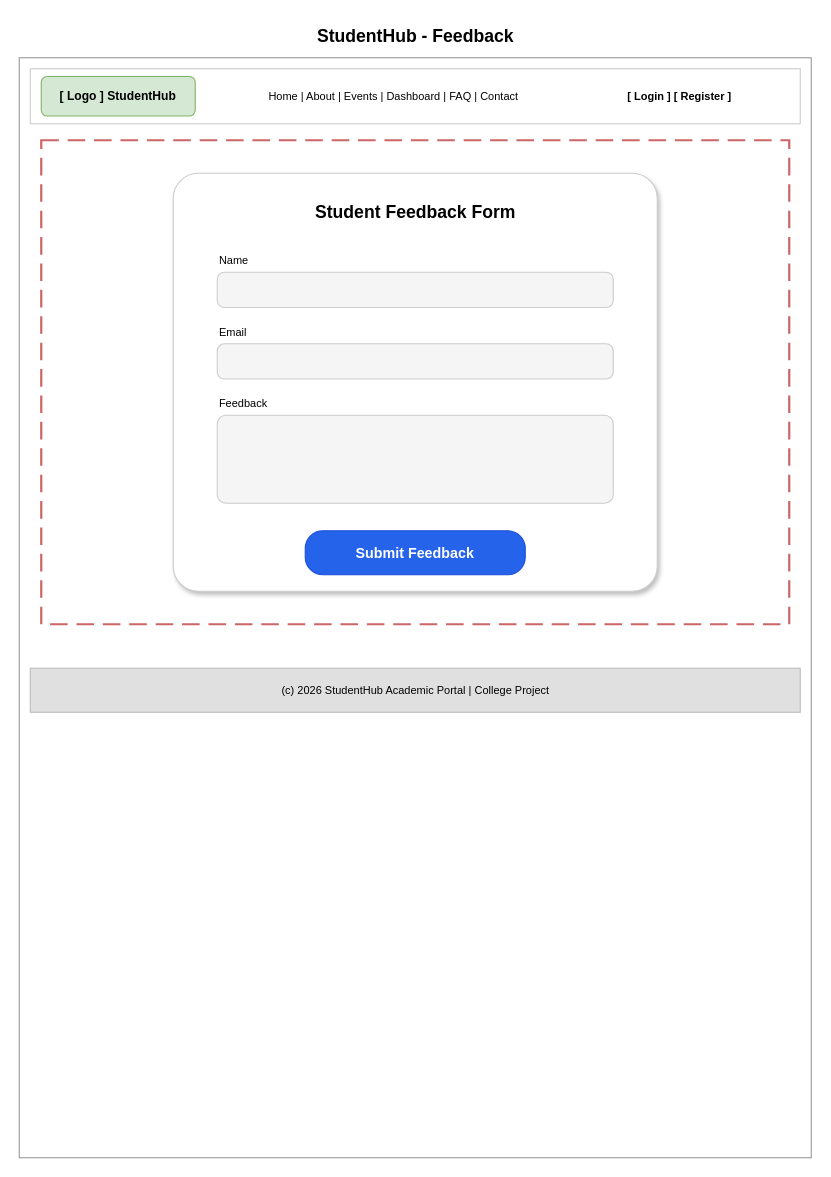
Above: wireframe/10-feedback-wireframe.drawio in aryan-1463/Student-Portal (draw.io), before the change. Source tidied: cells renumbered, new cells numbered last; positions are measured from the earlier drawing's top-left corner, leaving out a move shared by most shapes. Both pictures are drawn from the tidied source at 110%, with x=0, y=0 at pixel (19, 19).
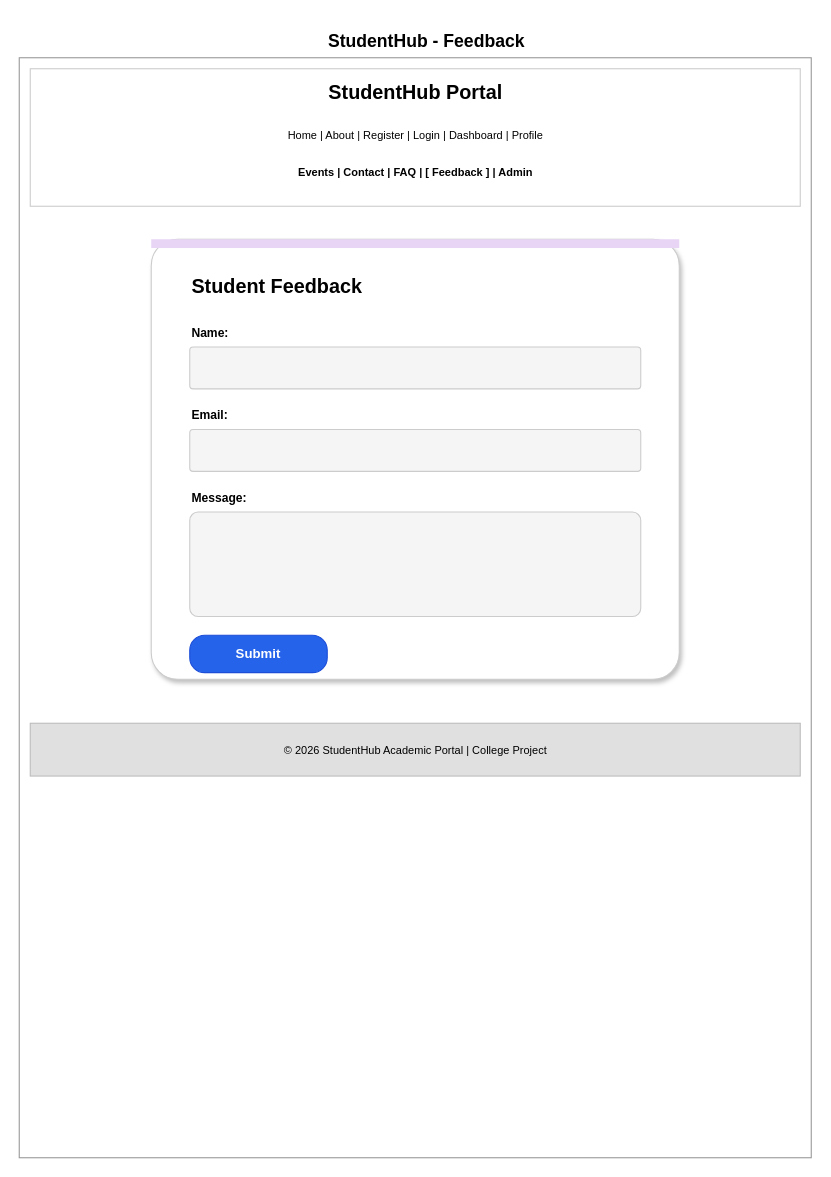
The same page after the edit.

The edit, as a diff of the source:
```diff
@@
 <mxGraphModel>
   <root>
     <mxCell id="0" />
     <mxCell id="1" parent="0" />
     <mxCell id="2" value="StudentHub - Feedback" style="text;html=1;align=center;verticalAlign=middle;strokeColor=none;fillColor=none;fontSize=16;fontStyle=1;" parent="1" vertex="1">
-      <mxGeometry x="160" width="400" height="30" as="geometry" />
+      <mxGeometry x="170" y="5" width="400" height="30" as="geometry" />
     </mxCell>
     <mxCell id="3" style="rounded=0;whiteSpace=wrap;html=1;fillColor=#FFFFFF;strokeColor=#999999;strokeWidth=1;" parent="1" vertex="1">
       <mxGeometry y="35" width="720" height="1000" as="geometry" />
     </mxCell>
     <mxCell id="4" style="rounded=0;whiteSpace=wrap;html=1;fillColor=#FFFFFF;strokeColor=#CCCCCC;" parent="1" vertex="1">
-      <mxGeometry x="10" y="45" width="700" height="50" as="geometry" />
+      <mxGeometry x="10" y="45" width="700" height="125" as="geometry" />
     </mxCell>
-    <mxCell id="5" value="[ Logo ] StudentHub" style="rounded=1;whiteSpace=wrap;html=1;fillColor=#D5E8D4;strokeColor=#82B366;fontSize=11;fontStyle=1;" parent="1" vertex="1">
-      <mxGeometry x="20" y="52" width="140" height="36" as="geometry" />
-    </mxCell>
-    <mxCell id="6" value="Home | About | Events | Dashboard | FAQ | Contact" style="text;html=1;align=center;verticalAlign=middle;strokeColor=none;fillColor=none;fontSize=10;" parent="1" vertex="1">
-      <mxGeometry x="180" y="58" width="320" height="24" as="geometry" />
-    </mxCell>
-    <mxCell id="7" value="[ Login ] [ Register ]" style="text;html=1;align=center;verticalAlign=middle;strokeColor=none;fillColor=none;fontSize=10;fontStyle=1;" parent="1" vertex="1">
-      <mxGeometry x="530" y="58" width="140" height="24" as="geometry" />
-    </mxCell>
-    <mxCell id="8" style="rounded=0;whiteSpace=wrap;html=1;fillColor=none;strokeColor=#CC6666;dashed=1;dashPattern=8 4;strokeWidth=2;" parent="1" vertex="1">
-      <mxGeometry x="20" y="110" width="680" height="440" as="geometry" />
-    </mxCell>
+    <mxCell id="20" value="StudentHub Portal" style="text;html=1;align=center;verticalAlign=middle;strokeColor=none;fillColor=none;fontColor=#000000;fontSize=18;fontStyle=1;" parent="1" vertex="1">
+      <mxGeometry x="210" y="52" width="300" height="30" as="geometry" />
+    </mxCell>
+    <mxCell id="21" value="Home  |  About  |  Register  |  Login  |  Dashboard  |  Profile" style="text;html=1;align=center;verticalAlign=middle;strokeColor=none;fillColor=none;fontColor=#000000;fontSize=10;" parent="1" vertex="1">
+      <mxGeometry x="30" y="93" width="660" height="24" as="geometry" />
+    </mxCell>
+    <mxCell id="22" value="Events  |  Contact  |  FAQ  |  [ Feedback ]  |  Admin" style="text;html=1;align=center;verticalAlign=middle;strokeColor=none;fillColor=none;fontColor=#000000;fontSize=10;fontStyle=1;" parent="1" vertex="1">
+      <mxGeometry x="30" y="127" width="660" height="24" as="geometry" />
+    </mxCell>
     <mxCell id="9" style="rounded=1;whiteSpace=wrap;html=1;fillColor=#FFFFFF;strokeColor=#CCCCCC;shadow=1;arcSize=6;" parent="1" vertex="1">
-      <mxGeometry x="140" y="140" width="440" height="380" as="geometry" />
+      <mxGeometry x="120" y="200" width="480" height="400" as="geometry" />
     </mxCell>
+    <mxCell id="23" style="rounded=0;whiteSpace=wrap;html=1;fillColor=#E8D5F5;strokeColor=none;" parent="1" vertex="1">
+      <mxGeometry x="120" y="200" width="480" height="8" as="geometry" />
+    </mxCell>
-    <mxCell id="10" value="Student Feedback Form" style="text;html=1;align=center;verticalAlign=middle;strokeColor=none;fillColor=none;fontSize=16;fontStyle=1;" parent="1" vertex="1">
-      <mxGeometry x="250" y="160" width="220" height="30" as="geometry" />
+    <mxCell id="10" value="Student Feedback" style="text;html=1;align=left;verticalAlign=middle;strokeColor=none;fillColor=none;fontSize=18;fontStyle=1;" parent="1" vertex="1">
+      <mxGeometry x="155" y="225" width="410" height="35" as="geometry" />
     </mxCell>
-    <mxCell id="11" value="Name" style="text;html=1;align=left;verticalAlign=middle;strokeColor=none;fillColor=none;fontSize=10;" parent="1" vertex="1">
-      <mxGeometry x="180" y="210" width="60" height="18" as="geometry" />
+    <mxCell id="11" value="Name:" style="text;html=1;align=left;verticalAlign=middle;strokeColor=none;fillColor=none;fontSize=11;fontStyle=1;" parent="1" vertex="1">
+      <mxGeometry x="155" y="275" width="410" height="20" as="geometry" />
     </mxCell>
-    <mxCell id="12" style="rounded=1;whiteSpace=wrap;html=1;fillColor=#F5F5F5;strokeColor=#CCCCCC;arcSize=20;" parent="1" vertex="1">
-      <mxGeometry x="180" y="230" width="360" height="32" as="geometry" />
+    <mxCell id="12" style="rounded=1;whiteSpace=wrap;html=1;fillColor=#F5F5F5;strokeColor=#CCCCCC;arcSize=8;" parent="1" vertex="1">
+      <mxGeometry x="155" y="298" width="410" height="38" as="geometry" />
     </mxCell>
-    <mxCell id="13" value="Email" style="text;html=1;align=left;verticalAlign=middle;strokeColor=none;fillColor=none;fontSize=10;" parent="1" vertex="1">
-      <mxGeometry x="180" y="275" width="60" height="18" as="geometry" />
+    <mxCell id="13" value="Email:" style="text;html=1;align=left;verticalAlign=middle;strokeColor=none;fillColor=none;fontSize=11;fontStyle=1;" parent="1" vertex="1">
+      <mxGeometry x="155" y="350" width="410" height="20" as="geometry" />
     </mxCell>
-    <mxCell id="14" style="rounded=1;whiteSpace=wrap;html=1;fillColor=#F5F5F5;strokeColor=#CCCCCC;arcSize=20;" parent="1" vertex="1">
-      <mxGeometry x="180" y="295" width="360" height="32" as="geometry" />
+    <mxCell id="14" style="rounded=1;whiteSpace=wrap;html=1;fillColor=#F5F5F5;strokeColor=#CCCCCC;arcSize=8;" parent="1" vertex="1">
+      <mxGeometry x="155" y="373" width="410" height="38" as="geometry" />
     </mxCell>
-    <mxCell id="15" value="Feedback" style="text;html=1;align=left;verticalAlign=middle;strokeColor=none;fillColor=none;fontSize=10;" parent="1" vertex="1">
-      <mxGeometry x="180" y="340" width="80" height="18" as="geometry" />
+    <mxCell id="15" value="Message:" style="text;html=1;align=left;verticalAlign=middle;strokeColor=none;fillColor=none;fontSize=11;fontStyle=1;" parent="1" vertex="1">
+      <mxGeometry x="155" y="425" width="410" height="20" as="geometry" />
     </mxCell>
-    <mxCell id="16" style="rounded=1;whiteSpace=wrap;html=1;fillColor=#F5F5F5;strokeColor=#CCCCCC;arcSize=10;" parent="1" vertex="1">
-      <mxGeometry x="180" y="360" width="360" height="80" as="geometry" />
+    <mxCell id="16" style="rounded=1;whiteSpace=wrap;html=1;fillColor=#F5F5F5;strokeColor=#CCCCCC;arcSize=8;" parent="1" vertex="1">
+      <mxGeometry x="155" y="448" width="410" height="95" as="geometry" />
     </mxCell>
-    <mxCell id="17" value="Submit Feedback" style="rounded=1;whiteSpace=wrap;html=1;fillColor=#2563EB;strokeColor=#1D4ED8;fontColor=#FFFFFF;fontSize=13;fontStyle=1;arcSize=40;" parent="1" vertex="1">
-      <mxGeometry x="260" y="465" width="200" height="40" as="geometry" />
+    <mxCell id="17" value="Submit" style="rounded=1;whiteSpace=wrap;html=1;fillColor=#2563EB;strokeColor=#1D4ED8;fontColor=#FFFFFF;fontSize=12;fontStyle=1;arcSize=40;" parent="1" vertex="1">
+      <mxGeometry x="155" y="560" width="125" height="34" as="geometry" />
     </mxCell>
     <mxCell id="18" style="rounded=0;whiteSpace=wrap;html=1;fillColor=#E0E0E0;strokeColor=#BDBDBD;" parent="1" vertex="1">
-      <mxGeometry x="10" y="590" width="700" height="40" as="geometry" />
+      <mxGeometry x="10" y="640" width="700" height="48" as="geometry" />
     </mxCell>
-    <mxCell id="19" value="(c) 2026 StudentHub Academic Portal | College Project" style="text;html=1;align=center;verticalAlign=middle;strokeColor=none;fillColor=none;fontSize=10;" parent="1" vertex="1">
-      <mxGeometry x="160" y="598" width="400" height="24" as="geometry" />
+    <mxCell id="19" value="© 2026 StudentHub Academic Portal | College Project" style="text;html=1;align=center;verticalAlign=middle;strokeColor=none;fillColor=none;fontColor=#000000;fontSize=10;" parent="1" vertex="1">
+      <mxGeometry x="110" y="652" width="500" height="24" as="geometry" />
     </mxCell>
   </root>
 </mxGraphModel>
```
